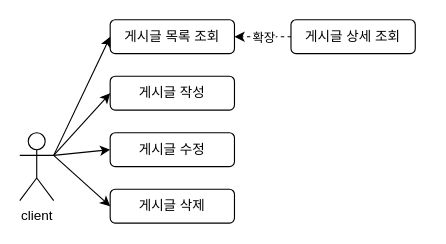
Above: 제목 없는 다이어그램.drawio in sangheon1204/first_week_homework (draw.io), before the change. Source tidied: cells renumbered, new cells numbered last; positions are measured from the earlier drawing's top-left corner, leaving out a move shared by most shapes. Both pictures are drawn from the tidied source at 113%, with x=0, y=0 at pixel (19, 19).
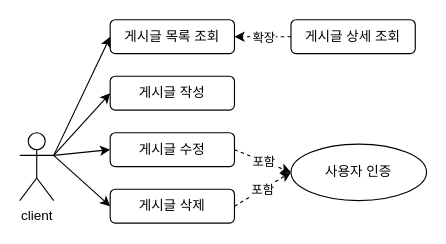
The same page after the edit.

Commit message:
제목 없는 다이어그램.drawio 업데이트

The change refers to these unchanged cells:
```xml
<mxCell id="6" value="게시글 수정" style="rounded=1;whiteSpace=wrap;html=1;" parent="1" vertex="1">
  <mxGeometry x="80" y="100" width="110" height="30" as="geometry" />
</mxCell>
<mxCell id="12" value="게시글 삭제" style="rounded=1;whiteSpace=wrap;html=1;" parent="1" vertex="1">
  <mxGeometry x="80" y="150" width="110" height="30" as="geometry" />
</mxCell>
```

Diff of the diagram source:
```diff
@@
+    <mxCell id="14" value="사용자 인증" style="ellipse;whiteSpace=wrap;html=1;" parent="1" vertex="1">
+      <mxGeometry x="240" y="110" width="120" height="50" as="geometry" />
+    </mxCell>
+    <mxCell id="15" style="endArrow=classic;html=1;rounded=0;exitX=1;exitY=0.5;exitDx=0;exitDy=0;entryX=0;entryY=0.5;entryDx=0;entryDy=0;dashed=1;" parent="1" edge="1" source="6" target="14">
+      <mxGeometry relative="1" as="geometry" />
+    </mxCell>
+    <mxCell id="16" value="포함" style="edgeLabel;html=1;align=center;verticalAlign=middle;" parent="15" vertex="1">
+      <mxGeometry relative="1" as="geometry" />
+    </mxCell>
+    <mxCell id="17" style="endArrow=classic;html=1;rounded=0;exitX=1;exitY=0.5;exitDx=0;exitDy=0;dashed=1;entryX=0;entryY=0.5;entryDx=0;entryDy=0;" parent="1" edge="1" source="12" target="14">
+      <mxGeometry relative="1" as="geometry" />
+    </mxCell>
+    <mxCell id="18" value="포함" style="edgeLabel;html=1;align=center;verticalAlign=middle;" parent="17" vertex="1">
+      <mxGeometry relative="1" as="geometry" />
+    </mxCell>
```
